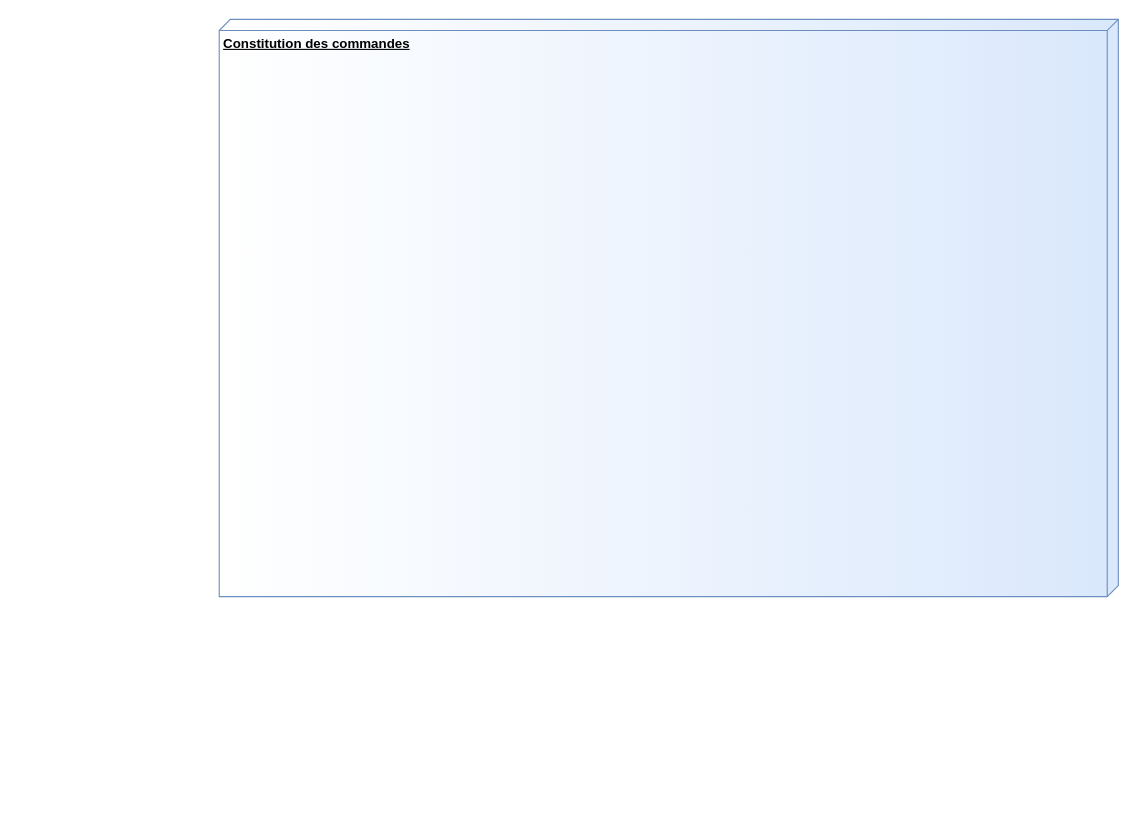
Earlier version of the draw.io diagram UseCase01.drawio (Romderful/Project4_OCPizza). Source tidied: cells renumbered, new cells numbered last; positions are measured from the earlier drawing's top-left corner, leaving out a move shared by most shapes. Both pictures are drawn from the tidied source at 111%, with x=0, y=0 at pixel (219, 19). Pictures stored in the file or linked from it are replaced by grey dashed boxes.
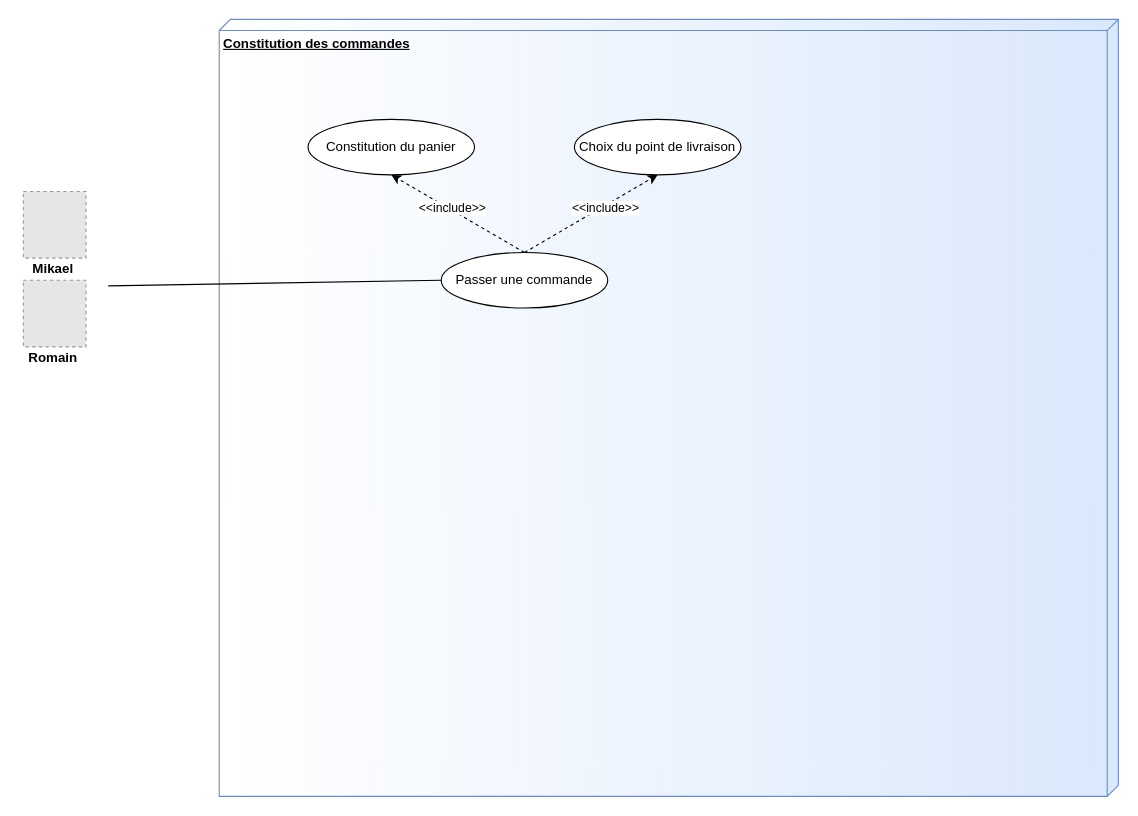
After the change.

Diff of the diagram source:
```diff
@@
 <mxGraphModel background="#ffffff">
   <root>
     <mxCell id="0" />
     <mxCell id="1" parent="0" />
     <mxCell id="2" value="&lt;b&gt;Constitution des commandes&lt;/b&gt;" style="verticalAlign=top;align=left;spacingTop=8;spacingLeft=2;spacingRight=12;shape=cube;size=10;direction=south;fontStyle=4;html=1;fillColor=#dae8fc;strokeColor=#6c8ebf;gradientColor=#ffffff;" parent="1" vertex="1">
-      <mxGeometry width="810" height="520" as="geometry" />
+      <mxGeometry width="810" height="700" as="geometry" />
     </mxCell>
+    <mxCell id="3" style="rounded=0;jettySize=auto;html=1;exitX=0.5;exitY=0;exitDx=0;exitDy=0;entryX=0.5;entryY=1;entryDx=0;entryDy=0;dashed=1;" parent="1" edge="1" source="7" target="9">
+      <mxGeometry relative="1" as="geometry" />
+    </mxCell>
+    <mxCell id="4" value="&amp;lt;&amp;lt;include&amp;gt;&amp;gt;" style="edgeLabel;html=1;align=center;verticalAlign=middle;" parent="3" vertex="1">
+      <mxGeometry x="0.18" y="-2" relative="1" as="geometry">
+        <mxPoint x="4.8" y="3" as="offset" />
+      </mxGeometry>
+    </mxCell>
+    <mxCell id="5" style="edgeStyle=none;rounded=0;jettySize=auto;html=1;exitX=0.5;exitY=0;exitDx=0;exitDy=0;entryX=0.5;entryY=1;entryDx=0;entryDy=0;dashed=1;" parent="1" edge="1" source="7" target="10">
+      <mxGeometry relative="1" as="geometry" />
+    </mxCell>
+    <mxCell id="6" value="&amp;lt;&amp;lt;include&amp;gt;&amp;gt;" style="edgeLabel;html=1;align=center;verticalAlign=middle;" parent="5" vertex="1">
+      <mxGeometry x="0.19" y="-1" relative="1" as="geometry" />
+    </mxCell>
+    <mxCell id="7" value="Passer une commande" style="ellipse;whiteSpace=wrap;html=1;gradientColor=#ffffff;" parent="1" vertex="1">
+      <mxGeometry x="200" y="210" width="150" height="50" as="geometry" />
+    </mxCell>
+    <mxCell id="8" style="edgeStyle=none;rounded=0;jettySize=auto;html=1;exitX=0;exitY=0.5;exitDx=0;exitDy=0;endArrow=none;endFill=0;strokeWidth=1;" parent="1" edge="1" source="7">
+      <mxGeometry relative="1" as="geometry">
+        <mxPoint x="-100" y="240" as="targetPoint" />
+      </mxGeometry>
+    </mxCell>
+    <mxCell id="9" value="Constitution du panier" style="ellipse;whiteSpace=wrap;html=1;gradientColor=#ffffff;" parent="1" vertex="1">
+      <mxGeometry x="80" y="90" width="150" height="50" as="geometry" />
+    </mxCell>
+    <mxCell id="10" value="Choix du point de livraison" style="ellipse;whiteSpace=wrap;html=1;gradientColor=#ffffff;" parent="1" vertex="1">
+      <mxGeometry x="320" y="90" width="150" height="50" as="geometry" />
+    </mxCell>
+    <mxCell id="11" value="&lt;b&gt;Mikael&lt;br&gt;&lt;/b&gt;" style="text;html=1;align=center;verticalAlign=middle;" parent="1" vertex="1">
+      <mxGeometry x="-175.3" y="215" width="50" height="20" as="geometry" />
+    </mxCell>
+    <mxCell id="12" style="fillColor=#E6E6E6;strokeColor=#999999;dashed=1;verticalLabelPosition=bottom;verticalAlign=top;" parent="1" vertex="1">
+      <mxGeometry x="-176.5" y="155" width="56.5" height="60" as="geometry" />
+    </mxCell>
+    <mxCell id="13" style="fillColor=#E6E6E6;strokeColor=#999999;dashed=1;verticalLabelPosition=bottom;verticalAlign=top;" parent="1" vertex="1">
+      <mxGeometry x="-176.5" y="235" width="56.5" height="60" as="geometry" />
+    </mxCell>
+    <mxCell id="14" value="&lt;b&gt;Romain&lt;/b&gt;" style="text;html=1;align=center;verticalAlign=middle;" parent="1" vertex="1">
+      <mxGeometry x="-180" y="295" width="60" height="20" as="geometry" />
+    </mxCell>
   </root>
 </mxGraphModel>
```
